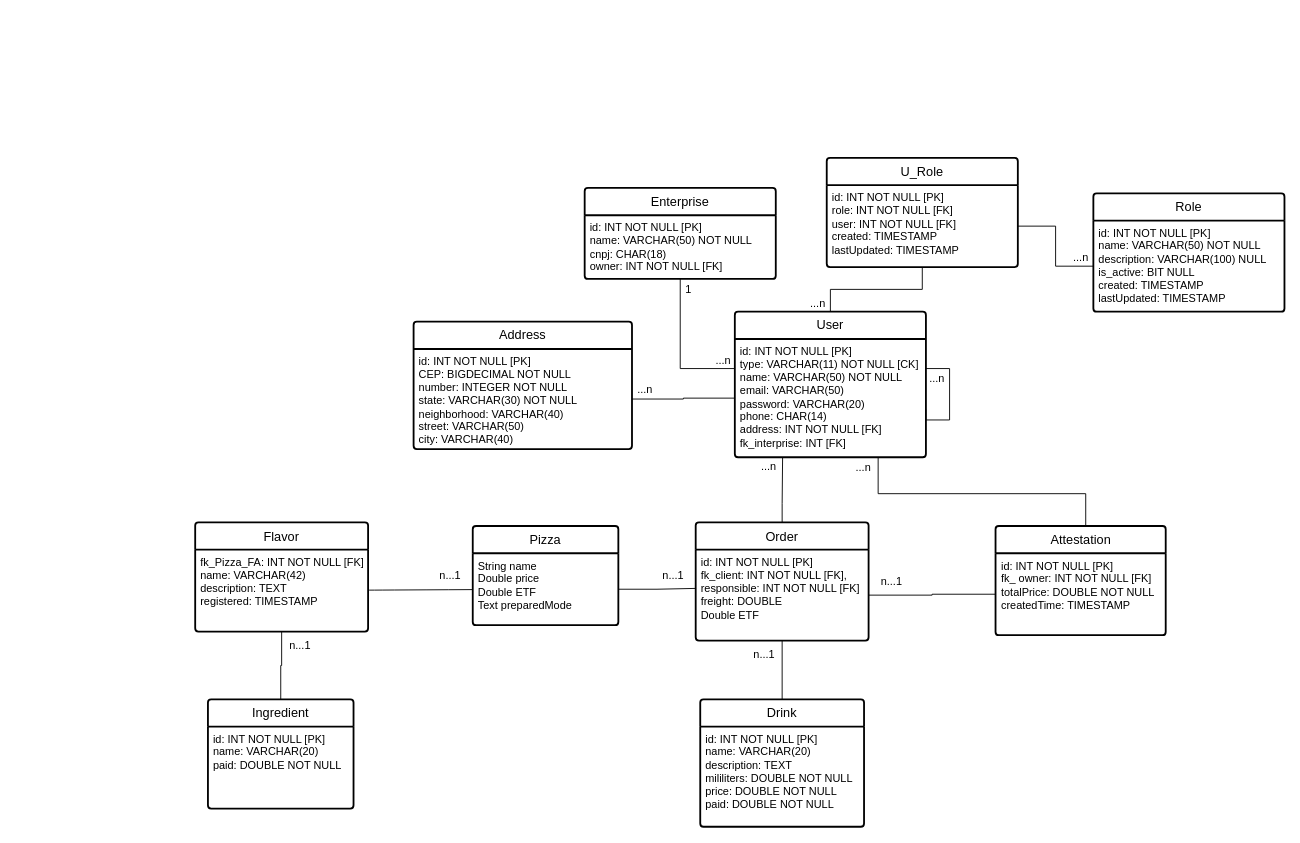
This is DER Orderize.drawio from Sant-Thiago/Estudos, a draw.io file, before an edit. Source tidied: cells renumbered, new cells numbered last; positions are measured from the earlier drawing's top-left corner, leaving out a move shared by most shapes. Both pictures are drawn from the tidied source at 91%, with x=0, y=0 at pixel (195, 157).
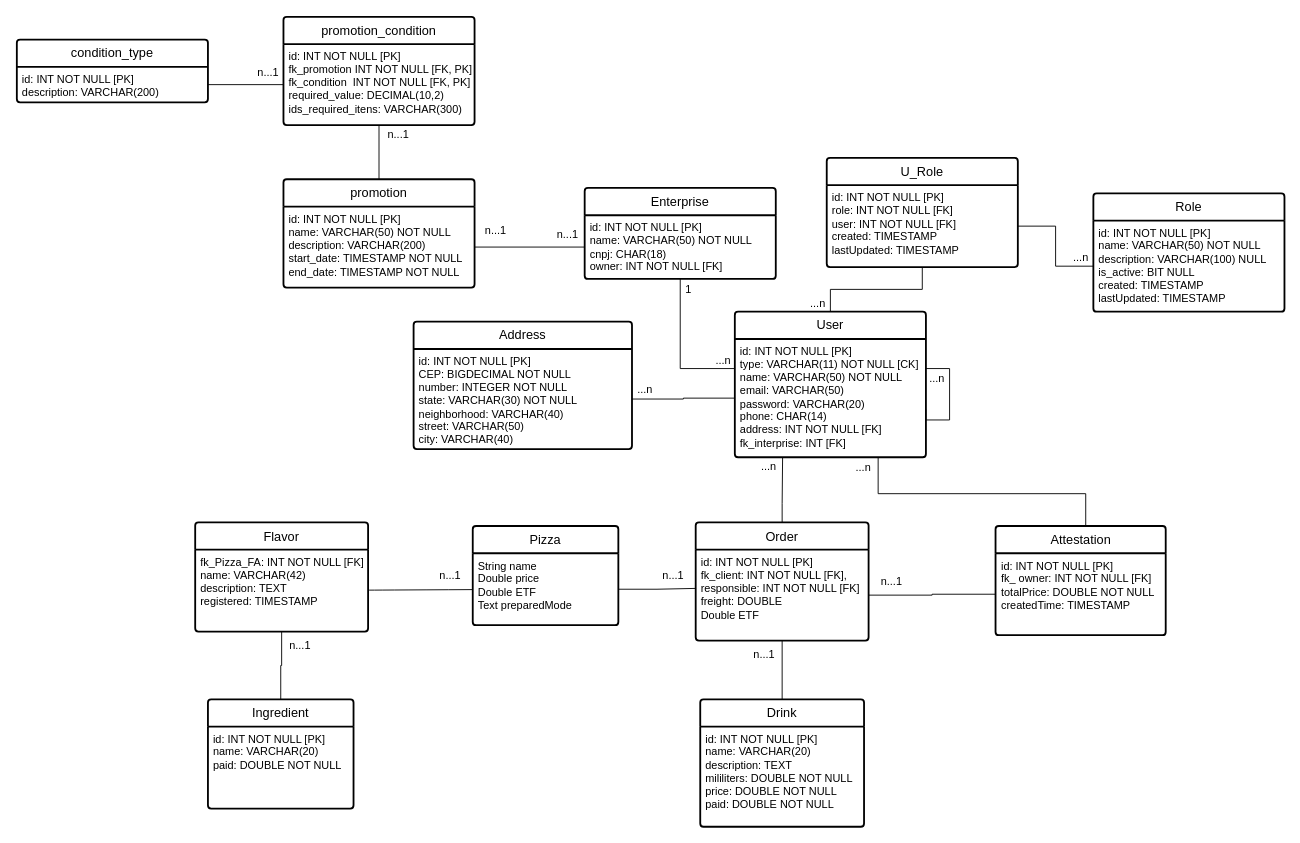
Above is the later version.

Unchanged cells that the change refers to:
```xml
<mxCell id="33" value="&lt;div&gt;id: INT NOT NULL [PK]&lt;/div&gt;&lt;div&gt;&lt;span style=&quot;background-color: initial;&quot;&gt;name:&amp;nbsp;&lt;/span&gt;VARCHAR(50) NOT NULL&amp;nbsp;&lt;/div&gt;&lt;div&gt;cnpj: &lt;span style=&quot;background-color: initial;&quot;&gt;CHAR(18)&lt;/span&gt;&lt;/div&gt;&lt;div&gt;&lt;span style=&quot;background-color: initial;&quot;&gt;owner: INT NOT NULL [FK]&lt;br&gt;&lt;/span&gt;&lt;/div&gt;" style="align=left;strokeColor=none;fillColor=none;spacingLeft=4;fontSize=12;verticalAlign=top;html=1;" parent="32" vertex="1">
  <mxGeometry y="30" width="210" height="70" as="geometry" />
</mxCell>
```

The edit, as a diff of the source:
```diff
@@
+    <mxCell id="49" style="edgeStyle=orthogonalEdgeStyle;rounded=0;jettySize=auto;html=1;endArrow=none;endFill=0;" parent="1" edge="1" source="50" target="53">
+      <mxGeometry relative="1" as="geometry" />
+    </mxCell>
+    <mxCell id="50" value="promotion" style="swimlane;horizontal=1;startSize=30;rounded=1;fontSize=14;fontStyle=0;strokeWidth=2;shadow=0;dashed=0;align=center;arcSize=4;whiteSpace=wrap;html=1;" parent="1" vertex="1">
+      <mxGeometry x="97" y="23.5" width="210" height="119" as="geometry" />
+    </mxCell>
+    <mxCell id="51" value="&lt;div&gt;id: INT NOT NULL [PK]&lt;/div&gt;&lt;div&gt;&lt;span style=&quot;background-color: initial;&quot;&gt;name:&amp;nbsp;&lt;/span&gt;VARCHAR(50) NOT NULL&amp;nbsp;&lt;/div&gt;&lt;div&gt;description: VARCHAR&lt;span style=&quot;background-color: initial;&quot;&gt;(200)&lt;/span&gt;&lt;/div&gt;&lt;div&gt;&lt;span style=&quot;background-color: initial;&quot;&gt;start_date: TIMESTAMP NOT NULL&lt;br&gt;&lt;/span&gt;&lt;/div&gt;&lt;div&gt;&lt;span style=&quot;background-color: initial;&quot;&gt;end_date: TIMESTAMP NOT NULL&lt;br&gt;&lt;/span&gt;&lt;/div&gt;" style="align=left;strokeColor=none;fillColor=none;spacingLeft=4;fontSize=12;verticalAlign=top;html=1;" parent="50" vertex="1">
+      <mxGeometry y="30" width="210" height="89" as="geometry" />
+    </mxCell>
+    <mxCell id="52" value="promotion_condition" style="swimlane;horizontal=1;startSize=30;rounded=1;fontSize=14;fontStyle=0;strokeWidth=2;shadow=0;dashed=0;align=center;arcSize=4;whiteSpace=wrap;html=1;" parent="1" vertex="1">
+      <mxGeometry x="97" y="-155" width="210" height="119" as="geometry" />
+    </mxCell>
+    <mxCell id="53" value="&lt;div&gt;id: INT NOT NULL [PK]&lt;/div&gt;&lt;div&gt;&lt;span style=&quot;background-color: initial;&quot;&gt;fk_promotion INT NOT NULL&lt;/span&gt; [FK, PK] &lt;br&gt;&lt;/div&gt;&lt;div&gt;&lt;span style=&quot;background-color: initial;&quot;&gt;fk_condition&amp;nbsp; INT NOT NULL&lt;/span&gt; [FK, PK]&lt;/div&gt;&lt;div&gt;required_value&lt;span style=&quot;background-color: initial;&quot;&gt;: DECIMAL(10,2)&lt;br&gt;&lt;/span&gt;&lt;/div&gt;&lt;div&gt;&lt;span style=&quot;background-color: initial;&quot;&gt;ids_required_itens: VARCHAR(300)&lt;br&gt;&lt;/span&gt;&lt;/div&gt;" style="align=left;strokeColor=none;fillColor=none;spacingLeft=4;fontSize=12;verticalAlign=top;html=1;" parent="52" vertex="1">
+      <mxGeometry y="30" width="210" height="89" as="geometry" />
+    </mxCell>
+    <mxCell id="54" value="condition_type" style="swimlane;horizontal=1;startSize=30;rounded=1;fontSize=14;fontStyle=0;strokeWidth=2;shadow=0;dashed=0;align=center;arcSize=4;whiteSpace=wrap;html=1;" parent="1" vertex="1">
+      <mxGeometry x="-196" y="-130" width="210" height="69" as="geometry" />
+    </mxCell>
+    <mxCell id="55" value="&lt;div&gt;id: INT NOT NULL [PK] &lt;br&gt;&lt;/div&gt;&lt;div&gt;description: VARCHAR&lt;span style=&quot;background-color: initial;&quot;&gt;(200)&lt;/span&gt;&lt;/div&gt;" style="align=left;strokeColor=none;fillColor=none;spacingLeft=4;fontSize=12;verticalAlign=top;html=1;" parent="54" vertex="1">
+      <mxGeometry y="30" width="210" height="39" as="geometry" />
+    </mxCell>
+    <mxCell id="56" value="n...1" style="text;html=1;align=center;verticalAlign=middle;strokeColor=none;fillColor=none;" parent="1" vertex="1">
+      <mxGeometry x="198" y="-40" width="50" height="30" as="geometry" />
+    </mxCell>
+    <mxCell id="57" value="n...1" style="text;html=1;align=center;verticalAlign=middle;strokeColor=none;fillColor=none;" parent="1" vertex="1">
+      <mxGeometry x="55" y="-108.5" width="50" height="30" as="geometry" />
+    </mxCell>
+    <mxCell id="58" style="edgeStyle=orthogonalEdgeStyle;rounded=0;jettySize=auto;html=1;entryX=1;entryY=0.5;entryDx=0;entryDy=0;endArrow=none;endFill=0;" parent="1" edge="1" source="53" target="55">
+      <mxGeometry relative="1" as="geometry" />
+    </mxCell>
+    <mxCell id="59" style="edgeStyle=orthogonalEdgeStyle;rounded=0;jettySize=auto;html=1;endArrow=none;endFill=0;" parent="1" edge="1" source="51" target="33">
+      <mxGeometry relative="1" as="geometry" />
+    </mxCell>
+    <mxCell id="60" value="n...1" style="text;html=1;align=center;verticalAlign=middle;strokeColor=none;fillColor=none;" parent="1" vertex="1">
+      <mxGeometry x="305" y="65" width="50" height="30" as="geometry" />
+    </mxCell>
+    <mxCell id="61" value="n...1" style="text;html=1;align=center;verticalAlign=middle;strokeColor=none;fillColor=none;" parent="1" vertex="1">
+      <mxGeometry x="384" y="69" width="50" height="30" as="geometry" />
+    </mxCell>
```
